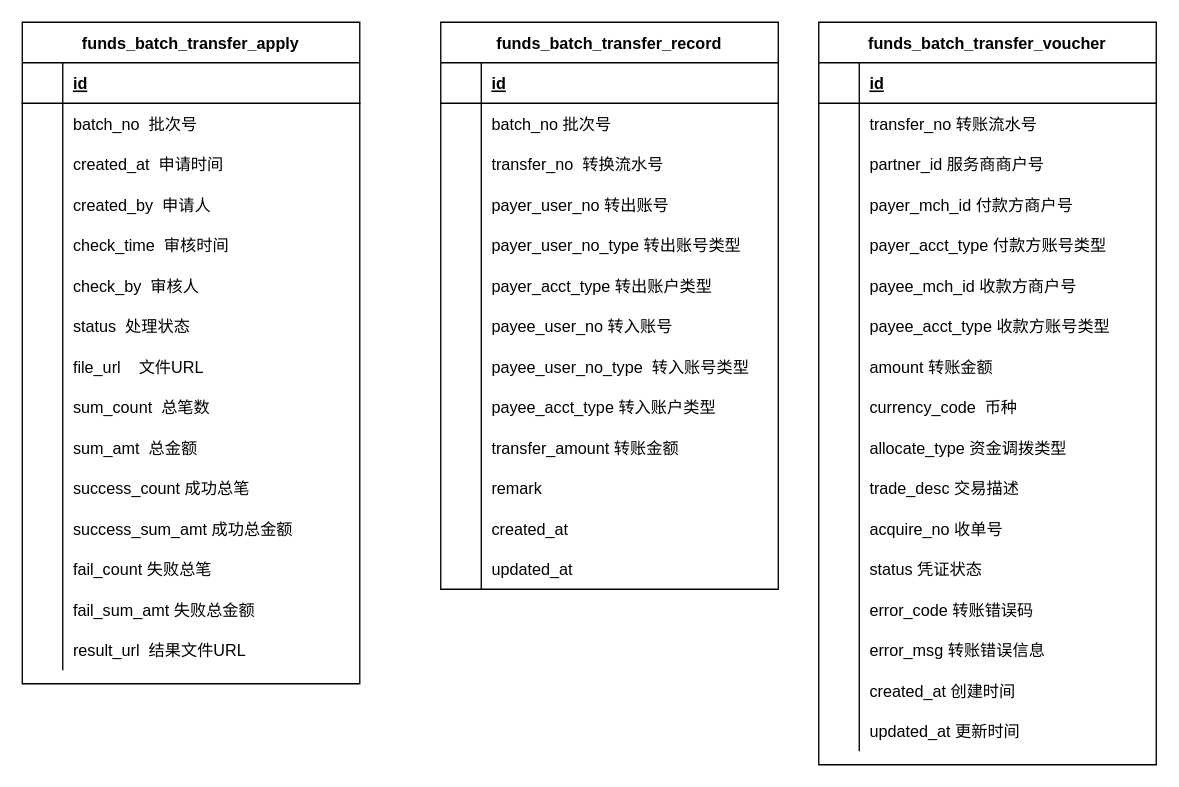
The draw.io diagram 批量转账ER.drawio in wangkeshan9538/diagram.io, before the edit. Source tidied: cells renumbered, new cells numbered last; positions are measured from the earlier drawing's top-left corner, leaving out a move shared by most shapes. Both pictures are drawn from the tidied source at 135%, with x=0, y=0 at pixel (22, 22).
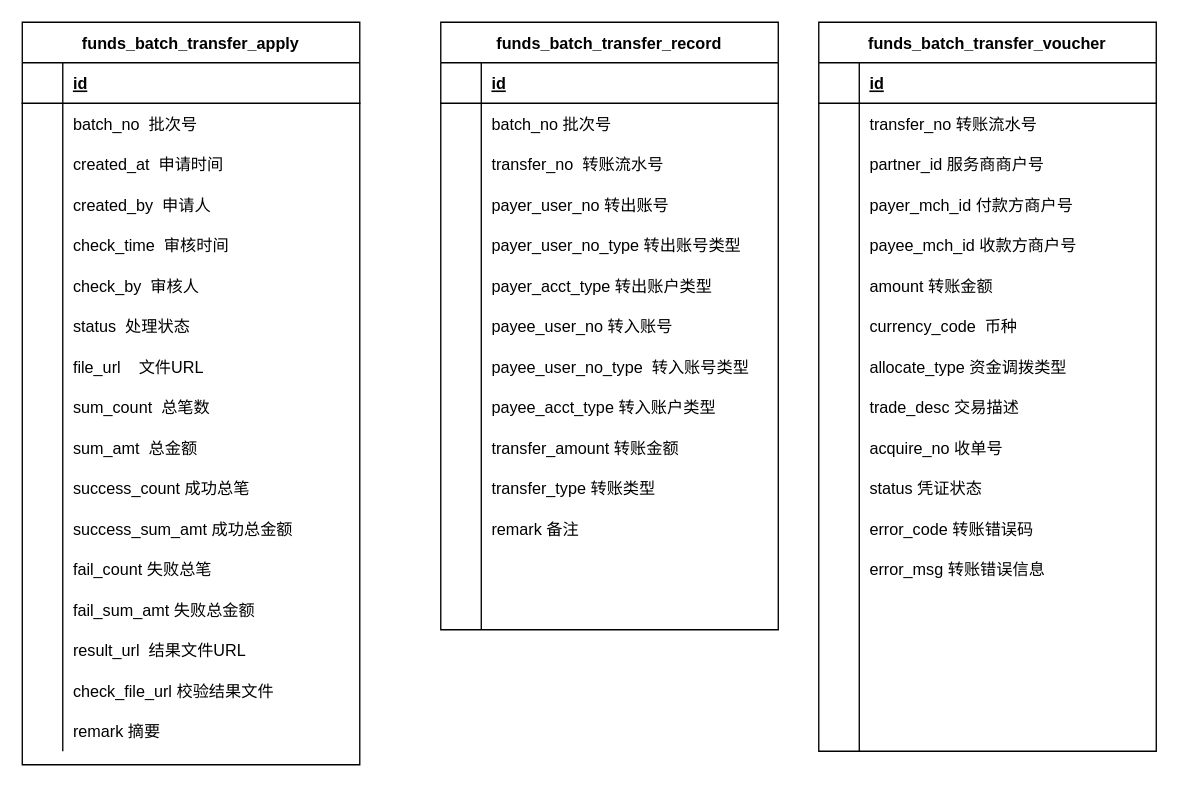
The same page after the edit.

Commit message:
更新批量转账ER.drawio

The change refers to these unchanged cells:
```xml
<mxCell id="55" style="shape=partialRectangle;fillColor=none;top=0;left=0;right=0;bottom=0;" parent="48" vertex="1">
  <mxGeometry y="90" width="250" height="30" as="geometry" />
</mxCell>
```

Change to the diagram source:
```diff
@@
     <mxCell id="2" value="funds_batch_transfer_apply" style="shape=table;startSize=30;childLayout=tableLayout;rowLines=0;fontStyle=1;align=center;" parent="1" vertex="1">
-      <mxGeometry width="250" height="490" as="geometry" />
+      <mxGeometry width="250" height="550" as="geometry" />
     </mxCell>
@@
+    <mxCell id="140" style="shape=partialRectangle;fillColor=none;top=0;left=0;bottom=0;right=0;" parent="2" vertex="1">
+      <mxGeometry y="480" width="250" height="30" as="geometry" />
+    </mxCell>
+    <mxCell id="141" style="shape=partialRectangle;fillColor=none;top=0;left=0;bottom=0;right=0;overflow=hidden;" parent="140" vertex="1">
+      <mxGeometry width="30" height="30" as="geometry" />
+    </mxCell>
+    <mxCell id="142" value="check_file_url 校验结果文件" style="shape=partialRectangle;fillColor=none;top=0;left=0;bottom=0;right=0;align=left;spacingLeft=6;overflow=hidden;" parent="140" vertex="1">
+      <mxGeometry x="30" width="220" height="30" as="geometry" />
+    </mxCell>
+    <mxCell id="143" style="shape=partialRectangle;fillColor=none;top=0;left=0;bottom=0;right=0;" parent="2" vertex="1">
+      <mxGeometry y="510" width="250" height="30" as="geometry" />
+    </mxCell>
+    <mxCell id="144" style="shape=partialRectangle;fillColor=none;top=0;left=0;bottom=0;right=0;overflow=hidden;" parent="143" vertex="1">
+      <mxGeometry width="30" height="30" as="geometry" />
+    </mxCell>
+    <mxCell id="145" value="remark 摘要" style="shape=partialRectangle;fillColor=none;top=0;left=0;bottom=0;right=0;align=left;spacingLeft=6;overflow=hidden;" parent="143" vertex="1">
+      <mxGeometry x="30" width="220" height="30" as="geometry" />
+    </mxCell>
     <mxCell id="48" value="funds_batch_transfer_record" style="shape=table;startSize=30;childLayout=tableLayout;rowLines=0;fontStyle=1;align=center;" parent="1" vertex="1">
-      <mxGeometry x="310" width="250" height="420" as="geometry" />
+      <mxGeometry x="310" width="250" height="450" as="geometry" />
     </mxCell>
@@
-    <mxCell id="57" value="transfer_no  转换流水号" style="shape=partialRectangle;overflow=hidden;fillColor=none;top=0;left=0;bottom=0;right=0;align=left;spacingLeft=6;" parent="55" vertex="1">
+    <mxCell id="57" value="transfer_no  转账流水号" style="shape=partialRectangle;overflow=hidden;fillColor=none;top=0;left=0;bottom=0;right=0;align=left;spacingLeft=6;" parent="55" vertex="1">
       <mxGeometry x="30" width="220" height="30" as="geometry" />
     </mxCell>
@@
+    <mxCell id="146" style="shape=partialRectangle;fillColor=none;top=0;left=0;bottom=0;right=0;" parent="48" vertex="1">
+      <mxGeometry y="330" width="250" height="30" as="geometry" />
+    </mxCell>
+    <mxCell id="147" style="shape=partialRectangle;fillColor=none;top=0;left=0;bottom=0;right=0;overflow=hidden;" parent="146" vertex="1">
+      <mxGeometry width="30" height="30" as="geometry" />
+    </mxCell>
+    <mxCell id="148" value="transfer_type 转账类型" style="shape=partialRectangle;fillColor=none;top=0;left=0;bottom=0;right=0;align=left;spacingLeft=6;overflow=hidden;" parent="146" vertex="1">
+      <mxGeometry x="30" width="220" height="30" as="geometry" />
+    </mxCell>
     <mxCell id="79" style="shape=partialRectangle;fillColor=none;top=0;left=0;bottom=0;right=0;" parent="48" vertex="1">
-      <mxGeometry y="330" width="250" height="30" as="geometry" />
+      <mxGeometry y="360" width="250" height="30" as="geometry" />
     </mxCell>
@@
-    <mxCell id="81" value="remark" style="shape=partialRectangle;fillColor=none;top=0;left=0;bottom=0;right=0;align=left;spacingLeft=6;overflow=hidden;" parent="79" vertex="1">
+    <mxCell id="81" value="remark 备注" style="shape=partialRectangle;fillColor=none;top=0;left=0;bottom=0;right=0;align=left;spacingLeft=6;overflow=hidden;" parent="79" vertex="1">
       <mxGeometry x="30" width="220" height="30" as="geometry" />
     </mxCell>
     <mxCell id="82" style="shape=partialRectangle;fillColor=none;top=0;left=0;bottom=0;right=0;" parent="48" vertex="1">
-      <mxGeometry y="360" width="250" height="30" as="geometry" />
+      <mxGeometry y="390" width="250" height="30" as="geometry" />
     </mxCell>
@@
-    <mxCell id="84" value="created_at" style="shape=partialRectangle;fillColor=none;top=0;left=0;bottom=0;right=0;align=left;spacingLeft=6;overflow=hidden;" parent="82" vertex="1">
+    <mxCell id="84" style="shape=partialRectangle;fillColor=none;top=0;left=0;bottom=0;right=0;align=left;spacingLeft=6;overflow=hidden;" parent="82" vertex="1">
       <mxGeometry x="30" width="220" height="30" as="geometry" />
     </mxCell>
     <mxCell id="85" style="shape=partialRectangle;fillColor=none;top=0;left=0;bottom=0;right=0;" parent="48" vertex="1">
-      <mxGeometry y="390" width="250" height="30" as="geometry" />
+      <mxGeometry y="420" width="250" height="30" as="geometry" />
     </mxCell>
@@
-    <mxCell id="87" value="updated_at" style="shape=partialRectangle;fillColor=none;top=0;left=0;bottom=0;right=0;align=left;spacingLeft=6;overflow=hidden;" parent="85" vertex="1">
+    <mxCell id="87" style="shape=partialRectangle;fillColor=none;top=0;left=0;bottom=0;right=0;align=left;spacingLeft=6;overflow=hidden;" parent="85" vertex="1">
       <mxGeometry x="30" width="220" height="30" as="geometry" />
     </mxCell>
     <mxCell id="88" value="funds_batch_transfer_voucher" style="shape=table;startSize=30;childLayout=tableLayout;rowLines=0;fontStyle=1;align=center;" parent="1" vertex="1">
-      <mxGeometry x="590" width="250" height="550" as="geometry" />
+      <mxGeometry x="590" width="250" height="540" as="geometry" />
     </mxCell>
@@
-    <mxCell id="101" style="shape=partialRectangle;fillColor=none;top=0;left=0;bottom=0;right=0;" parent="88" vertex="1">
-      <mxGeometry y="150" width="250" height="30" as="geometry" />
-    </mxCell>
-    <mxCell id="102" style="shape=partialRectangle;fillColor=none;top=0;left=0;bottom=0;right=0;overflow=hidden;" parent="101" vertex="1">
-      <mxGeometry width="30" height="30" as="geometry" />
-    </mxCell>
-    <mxCell id="103" value="payer_acct_type 付款方账号类型" style="shape=partialRectangle;fillColor=none;top=0;left=0;bottom=0;right=0;align=left;spacingLeft=6;overflow=hidden;" parent="101" vertex="1">
-      <mxGeometry x="30" width="220" height="30" as="geometry" />
-    </mxCell>
     <mxCell id="104" style="shape=partialRectangle;fillColor=none;top=0;left=0;bottom=0;right=0;" parent="88" vertex="1">
-      <mxGeometry y="180" width="250" height="30" as="geometry" />
+      <mxGeometry y="150" width="250" height="30" as="geometry" />
     </mxCell>
@@
-    <mxCell id="107" style="shape=partialRectangle;fillColor=none;top=0;left=0;bottom=0;right=0;" parent="88" vertex="1">
-      <mxGeometry y="210" width="250" height="30" as="geometry" />
-    </mxCell>
-    <mxCell id="108" style="shape=partialRectangle;fillColor=none;top=0;left=0;bottom=0;right=0;overflow=hidden;" parent="107" vertex="1">
-      <mxGeometry width="30" height="30" as="geometry" />
-    </mxCell>
-    <mxCell id="109" value="payee_acct_type 收款方账号类型" style="shape=partialRectangle;fillColor=none;top=0;left=0;bottom=0;right=0;align=left;spacingLeft=6;overflow=hidden;" parent="107" vertex="1">
-      <mxGeometry x="30" width="220" height="30" as="geometry" />
-    </mxCell>
     <mxCell id="110" style="shape=partialRectangle;fillColor=none;top=0;left=0;bottom=0;right=0;" parent="88" vertex="1">
-      <mxGeometry y="240" width="250" height="30" as="geometry" />
+      <mxGeometry y="180" width="250" height="30" as="geometry" />
     </mxCell>
@@
     <mxCell id="113" style="shape=partialRectangle;fillColor=none;top=0;left=0;bottom=0;right=0;" parent="88" vertex="1">
-      <mxGeometry y="270" width="250" height="30" as="geometry" />
+      <mxGeometry y="210" width="250" height="30" as="geometry" />
     </mxCell>
@@
     <mxCell id="116" style="shape=partialRectangle;fillColor=none;top=0;left=0;bottom=0;right=0;" parent="88" vertex="1">
-      <mxGeometry y="300" width="250" height="30" as="geometry" />
+      <mxGeometry y="240" width="250" height="30" as="geometry" />
     </mxCell>
@@
     <mxCell id="119" style="shape=partialRectangle;fillColor=none;top=0;left=0;bottom=0;right=0;" parent="88" vertex="1">
-      <mxGeometry y="330" width="250" height="30" as="geometry" />
+      <mxGeometry y="270" width="250" height="30" as="geometry" />
     </mxCell>
@@
     <mxCell id="122" style="shape=partialRectangle;fillColor=none;top=0;left=0;bottom=0;right=0;" parent="88" vertex="1">
-      <mxGeometry y="360" width="250" height="30" as="geometry" />
+      <mxGeometry y="300" width="250" height="30" as="geometry" />
     </mxCell>
@@
     <mxCell id="125" style="shape=partialRectangle;fillColor=none;top=0;left=0;bottom=0;right=0;" parent="88" vertex="1">
-      <mxGeometry y="390" width="250" height="30" as="geometry" />
+      <mxGeometry y="330" width="250" height="30" as="geometry" />
     </mxCell>
@@
     <mxCell id="128" style="shape=partialRectangle;fillColor=none;top=0;left=0;bottom=0;right=0;" parent="88" vertex="1">
-      <mxGeometry y="420" width="250" height="30" as="geometry" />
+      <mxGeometry y="360" width="250" height="30" as="geometry" />
     </mxCell>
@@
     <mxCell id="131" style="shape=partialRectangle;fillColor=none;top=0;left=0;bottom=0;right=0;" parent="88" vertex="1">
-      <mxGeometry y="450" width="250" height="30" as="geometry" />
+      <mxGeometry y="390" width="250" height="30" as="geometry" />
     </mxCell>
@@
+    <mxCell id="101" style="shape=partialRectangle;fillColor=none;top=0;left=0;bottom=0;right=0;" parent="88" vertex="1">
+      <mxGeometry y="420" width="250" height="30" as="geometry" />
+    </mxCell>
+    <mxCell id="102" style="shape=partialRectangle;fillColor=none;top=0;left=0;bottom=0;right=0;overflow=hidden;" parent="101" vertex="1">
+      <mxGeometry width="30" height="30" as="geometry" />
+    </mxCell>
+    <mxCell id="103" style="shape=partialRectangle;fillColor=none;top=0;left=0;bottom=0;right=0;align=left;spacingLeft=6;overflow=hidden;" parent="101" vertex="1">
+      <mxGeometry x="30" width="220" height="30" as="geometry" />
+    </mxCell>
+    <mxCell id="107" style="shape=partialRectangle;fillColor=none;top=0;left=0;bottom=0;right=0;" parent="88" vertex="1">
+      <mxGeometry y="450" width="250" height="30" as="geometry" />
+    </mxCell>
+    <mxCell id="108" style="shape=partialRectangle;fillColor=none;top=0;left=0;bottom=0;right=0;overflow=hidden;" parent="107" vertex="1">
+      <mxGeometry width="30" height="30" as="geometry" />
+    </mxCell>
+    <mxCell id="109" style="shape=partialRectangle;fillColor=none;top=0;left=0;bottom=0;right=0;align=left;spacingLeft=6;overflow=hidden;" parent="107" vertex="1">
+      <mxGeometry x="30" width="220" height="30" as="geometry" />
+    </mxCell>
+    <mxCell id="137" style="shape=partialRectangle;fillColor=none;top=0;left=0;bottom=0;right=0;" parent="88" vertex="1">
+      <mxGeometry y="480" width="250" height="30" as="geometry" />
+    </mxCell>
+    <mxCell id="138" style="shape=partialRectangle;fillColor=none;top=0;left=0;bottom=0;right=0;overflow=hidden;" parent="137" vertex="1">
+      <mxGeometry width="30" height="30" as="geometry" />
+    </mxCell>
+    <mxCell id="139" style="shape=partialRectangle;fillColor=none;top=0;left=0;bottom=0;right=0;align=left;spacingLeft=6;overflow=hidden;" parent="137" vertex="1">
+      <mxGeometry x="30" width="220" height="30" as="geometry" />
+    </mxCell>
     <mxCell id="134" style="shape=partialRectangle;fillColor=none;top=0;left=0;bottom=0;right=0;" parent="88" vertex="1">
-      <mxGeometry y="480" width="250" height="30" as="geometry" />
+      <mxGeometry y="510" width="250" height="30" as="geometry" />
     </mxCell>
@@
-    <mxCell id="136" value="created_at 创建时间" style="shape=partialRectangle;fillColor=none;top=0;left=0;bottom=0;right=0;align=left;spacingLeft=6;overflow=hidden;" parent="134" vertex="1">
+    <mxCell id="136" style="shape=partialRectangle;fillColor=none;top=0;left=0;bottom=0;right=0;align=left;spacingLeft=6;overflow=hidden;" parent="134" vertex="1">
       <mxGeometry x="30" width="220" height="30" as="geometry" />
     </mxCell>
-    <mxCell id="137" style="shape=partialRectangle;fillColor=none;top=0;left=0;bottom=0;right=0;" parent="88" vertex="1">
-      <mxGeometry y="510" width="250" height="30" as="geometry" />
-    </mxCell>
-    <mxCell id="138" style="shape=partialRectangle;fillColor=none;top=0;left=0;bottom=0;right=0;overflow=hidden;" parent="137" vertex="1">
-      <mxGeometry width="30" height="30" as="geometry" />
-    </mxCell>
-    <mxCell id="139" value="updated_at 更新时间" style="shape=partialRectangle;fillColor=none;top=0;left=0;bottom=0;right=0;align=left;spacingLeft=6;overflow=hidden;" parent="137" vertex="1">
-      <mxGeometry x="30" width="220" height="30" as="geometry" />
-    </mxCell>
```
